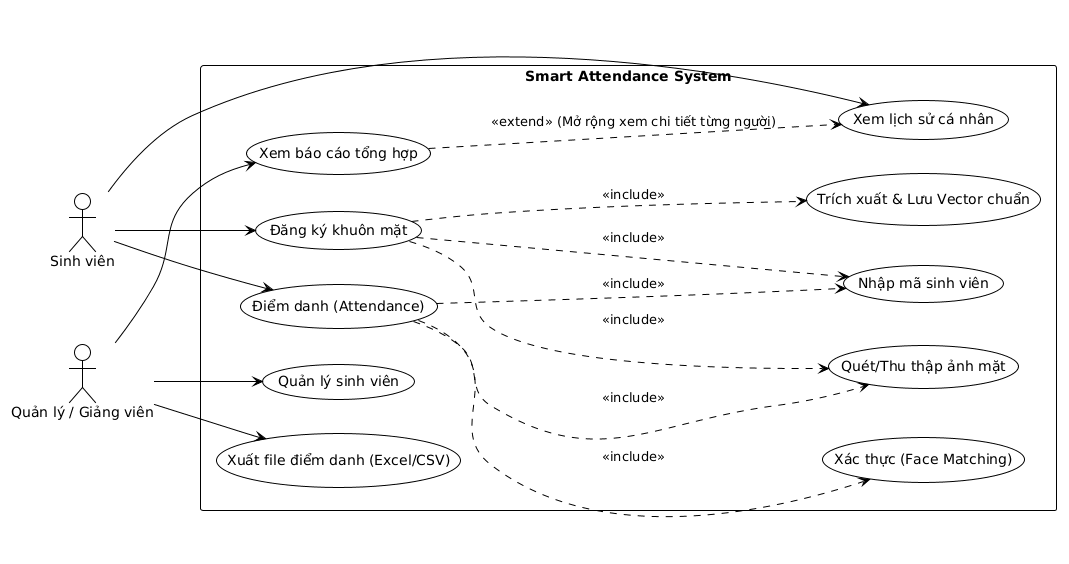
Before: uml/usecase.png, a diagram exported from PlantUML (LeVietThanh1412/BTL-2526II_AIT3004_2-smart_attendance_system).
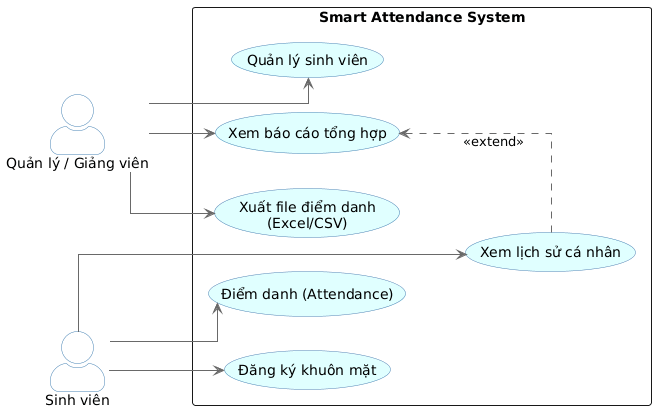
After the commit.

Change to the diagram source:
```diff
@@ -1,42 +1,42 @@
 @startuml
-!theme plain
 left to right direction
 skinparam packageStyle rectangle
+skinparam actorStyle awesome
+skinparam linetype ortho
 
-actor "Sinh viên" as Student
-actor "Quản lý / Giảng viên" as Admin
+skinparam usecase {
+    BackgroundColor LightCyan
+    BorderColor SteelBlue
+    ArrowColor DimGray
+    FontName Arial
+}
+skinparam actor {
+    BackgroundColor White
+    BorderColor SteelBlue
+    FontName Arial
+}
+
+actor "Sinh viên" as SV
+actor "Quản lý / Giảng viên" as GV
 
 rectangle "Smart Attendance System" {
 
-  usecase "Đăng ký khuôn mặt" as UC_Register
-  usecase "Điểm danh (Attendance)" as UC_Attendance
-  usecase "Xem lịch sử cá nhân" as UC_StudentHistory
+    usecase "Đăng ký khuôn mặt" as UC_Register
+    usecase "Điểm danh (Attendance)" as UC_CheckIn
+    usecase "Xem lịch sử cá nhân" as UC_PersonalHistory
 
-  usecase "Nhập mã sinh viên" as UC_ProvideID
-  usecase "Quét/Thu thập ảnh mặt" as UC_CaptureFace
-  usecase "Trích xuất & Lưu Vector chuẩn" as UC_Extract
-  usecase "Xác thực (Face Matching)" as UC_Verify
-
-  usecase "Quản lý sinh viên" as UC_ManageStudents
-  usecase "Xem báo cáo tổng hợp" as UC_ViewReport
-  usecase "Xuất file điểm danh (Excel/CSV)" as UC_Export
+    usecase "Quản lý sinh viên" as UC_ManageStudents
+    usecase "Xem báo cáo tổng hợp" as UC_ViewReport
+    usecase "Xuất file điểm danh\n(Excel/CSV)" as UC_ExportReport
 }
 
-Student --> UC_Register
-Student --> UC_Attendance
-Student --> UC_StudentHistory
+SV --> UC_Register
+SV --> UC_CheckIn
+SV --> UC_PersonalHistory
 
-UC_Register ..> UC_ProvideID : <<include>>
-UC_Register ..> UC_CaptureFace : <<include>>
-UC_Register ..> UC_Extract : <<include>>
+GV --> UC_ManageStudents
+GV --> UC_ViewReport
+GV --> UC_ExportReport
 
-UC_Attendance ..> UC_ProvideID : <<include>>
-UC_Attendance ..> UC_CaptureFace : <<include>>
-UC_Attendance ..> UC_Verify : <<include>>
-
-Admin --> UC_ManageStudents
-Admin --> UC_ViewReport
-Admin --> UC_Export
-
-UC_ViewReport ..> UC_StudentHistory : <<extend>> (Mở rộng xem chi tiết từng người)
+UC_PersonalHistory .up.> UC_ViewReport : <<extend>>
 @enduml
```
